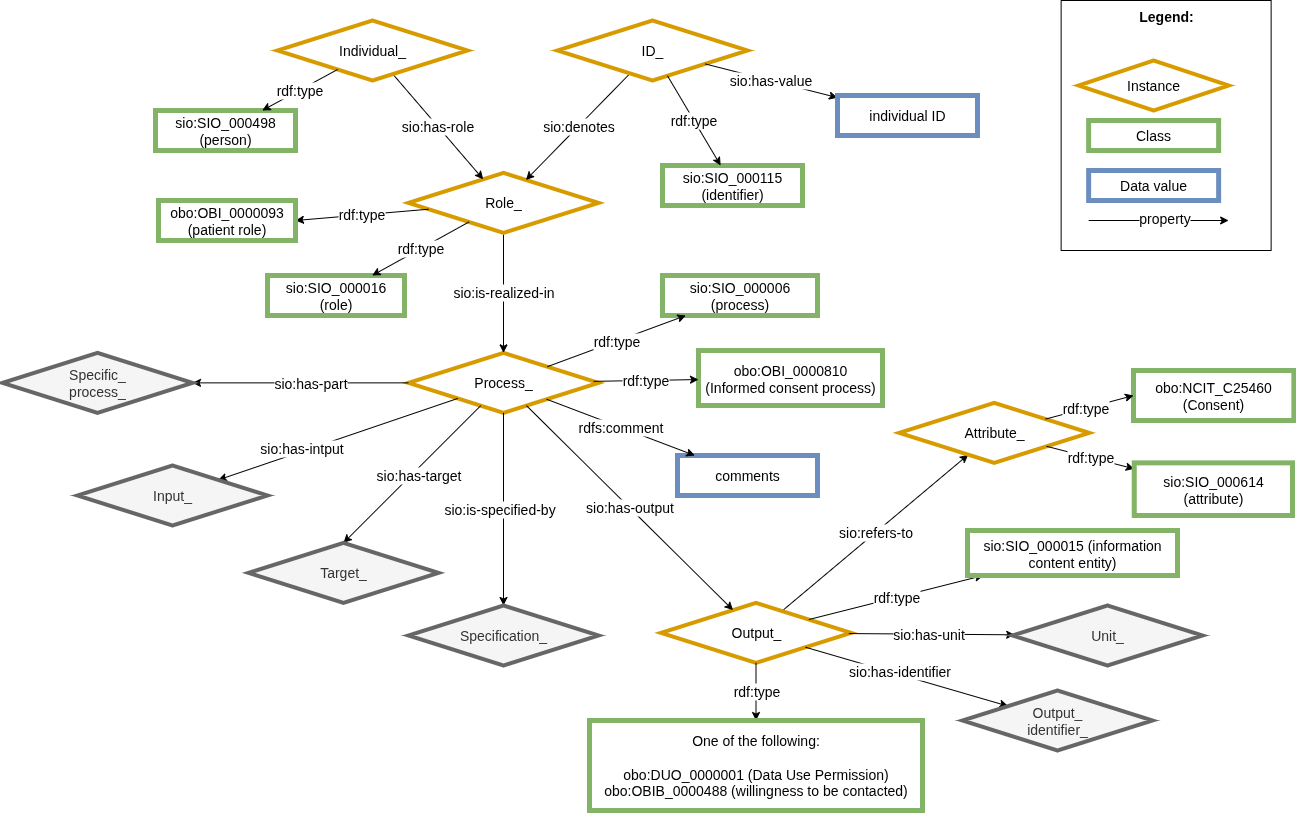
CARE-SM/CARE-Semantic-Model keeps this draw.io diagram as images/CARE-SM-Consent.drawio.png. Above is the earlier version. Source tidied: cells renumbered, new cells last; positions are measured from the earlier drawing's top-left corner, leaving out a move shared by most shapes.
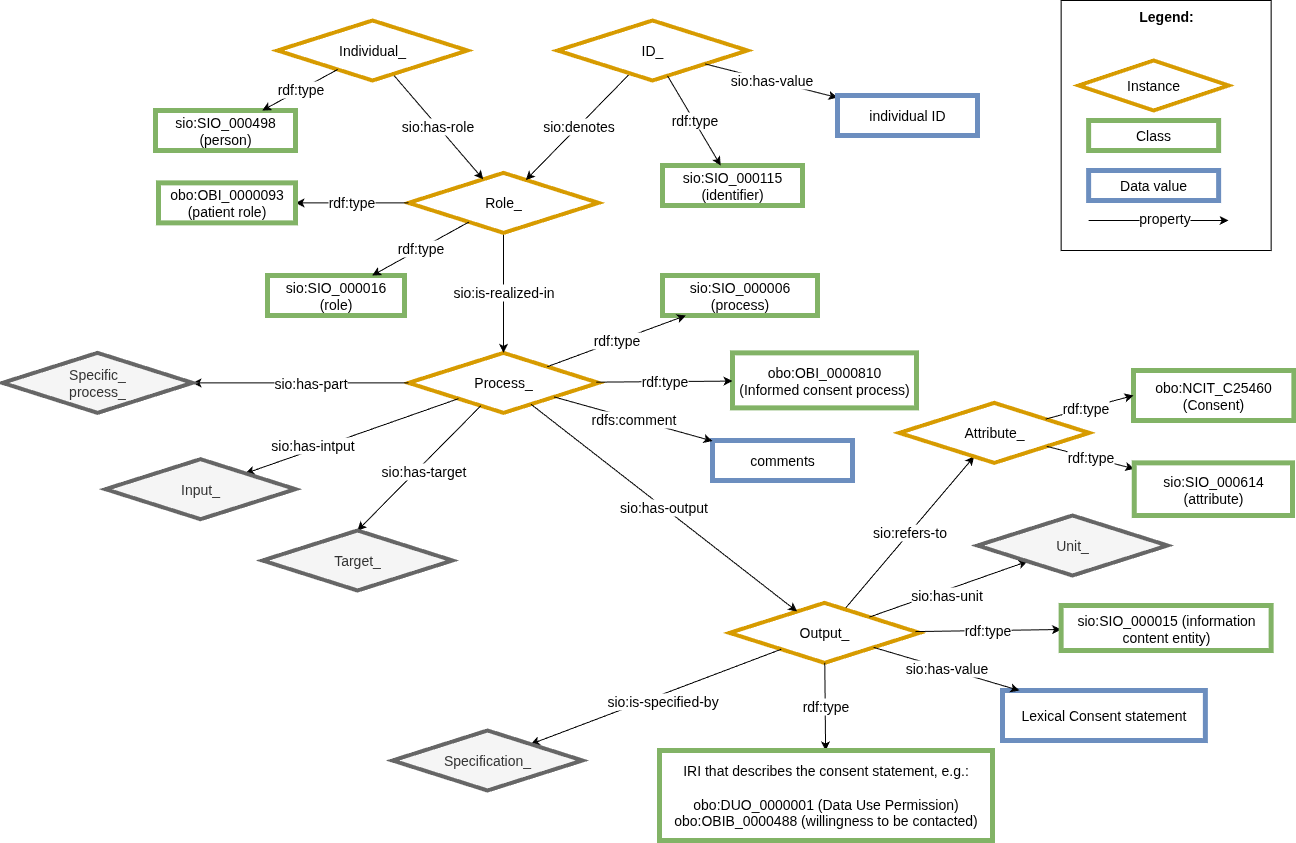
The same diagram one commit later.

Diff of the diagram source:
```diff
@@ -6,7 +6,7 @@
       <mxGeometry relative="1" as="geometry" />
     </mxCell>
     <mxCell id="3" value="Output_" style="rhombus;whiteSpace=wrap;html=1;fillColor=#FFFFFF;strokeColor=#D79B00;perimeter=rhombusPerimeter;arcSize=20;comic=0;enumerate=0;strokeWidth=4;rounded=0;fontSize=14;" parent="1" vertex="1">
-      <mxGeometry x="658.5" y="602.4" width="190" height="60" as="geometry" />
+      <mxGeometry x="727" y="602.4" width="190" height="60" as="geometry" />
     </mxCell>
     <mxCell id="4" value="Process_" style="rhombus;whiteSpace=wrap;html=1;fillColor=#FFFFFF;strokeColor=#D79B00;perimeter=rhombusPerimeter;arcSize=20;comic=0;enumerate=0;strokeWidth=4;rounded=0;fontSize=14;" parent="1" vertex="1">
       <mxGeometry x="406" y="352.4" width="190" height="60" as="geometry" />
@@ -21,7 +21,7 @@
       <mxGeometry relative="1" as="geometry" />
     </mxCell>
     <mxCell id="8" value="&lt;font style=&quot;font-size: 14px;&quot;&gt;sio:SIO_000015 (information content entity)&lt;/font&gt;" style="whiteSpace=wrap;html=1;fillColor=#FFFFFF;strokeColor=#82b366;strokeWidth=5;fontSize=14;" parent="1" vertex="1">
-      <mxGeometry x="965" y="530" width="210" height="45" as="geometry" />
+      <mxGeometry x="1058.6" y="605" width="210" height="45" as="geometry" />
     </mxCell>
     <mxCell id="9" value="Role_" style="rhombus;whiteSpace=wrap;html=1;fillColor=#FFFFFF;strokeColor=#D79B00;perimeter=rhombusPerimeter;arcSize=20;comic=0;enumerate=0;strokeWidth=4;rounded=0;fontSize=14;" parent="1" vertex="1">
       <mxGeometry x="406" y="172.4" width="190" height="60" as="geometry" />
@@ -64,19 +64,19 @@
         <mxPoint x="-61" y="18" as="offset" />
       </mxGeometry>
     </mxCell>
-    <mxCell id="22" style="edgeStyle=none;rounded=0;jettySize=auto;html=1;strokeWidth=1;fontSize=14;" parent="1" edge="1" source="4" target="24">
+    <mxCell id="22" style="edgeStyle=none;rounded=0;jettySize=auto;html=1;strokeWidth=1;fontSize=14;" parent="1" edge="1" source="3" target="24">
       <mxGeometry relative="1" as="geometry" />
     </mxCell>
     <mxCell id="23" value="sio:is-specified-by" style="edgeLabel;html=1;align=center;verticalAlign=middle;fontSize=14;" parent="22" vertex="1">
       <mxGeometry x="-0.21" y="-1" relative="1" as="geometry">
-        <mxPoint x="-4" y="19" as="offset" />
+        <mxPoint x="-19" y="15" as="offset" />
       </mxGeometry>
     </mxCell>
     <mxCell id="24" value="Specification_" style="rhombus;whiteSpace=wrap;html=1;fillColor=#f5f5f5;strokeColor=#666666;perimeter=rhombusPerimeter;arcSize=20;comic=0;enumerate=0;strokeWidth=4;rounded=0;fontSize=14;fontColor=#333333;" parent="1" vertex="1">
-      <mxGeometry x="406" y="605" width="190" height="60" as="geometry" />
+      <mxGeometry x="390" y="730" width="190" height="60" as="geometry" />
     </mxCell>
     <mxCell id="25" value="Input_" style="rhombus;whiteSpace=wrap;html=1;fillColor=#f5f5f5;strokeColor=#666666;perimeter=rhombusPerimeter;arcSize=20;comic=0;enumerate=0;strokeWidth=4;rounded=0;fontSize=14;fontColor=#333333;" parent="1" vertex="1">
-      <mxGeometry x="75" y="465" width="190" height="60" as="geometry" />
+      <mxGeometry x="103" y="458.7" width="190" height="60" as="geometry" />
     </mxCell>
     <mxCell id="26" style="edgeStyle=none;rounded=0;jettySize=auto;html=1;fontSize=14;" parent="1" edge="1" source="3" target="28">
       <mxGeometry relative="1" as="geometry" />
@@ -87,7 +87,7 @@
       </mxGeometry>
     </mxCell>
     <mxCell id="28" value="Unit_" style="rhombus;whiteSpace=wrap;html=1;fillColor=#f5f5f5;strokeColor=#666666;perimeter=rhombusPerimeter;arcSize=20;comic=0;enumerate=0;strokeWidth=4;rounded=0;fontSize=14;fontColor=#333333;" parent="1" vertex="1">
-      <mxGeometry x="1010" y="605" width="190" height="60" as="geometry" />
+      <mxGeometry x="975" y="515" width="190" height="60" as="geometry" />
     </mxCell>
     <mxCell id="29" value="&lt;div style=&quot;text-align: left; font-size: 14px;&quot;&gt;&lt;span style=&quot;background-color: initial; font-size: 14px;&quot;&gt;&lt;b style=&quot;font-size: 14px;&quot;&gt;&lt;font style=&quot;font-size: 14px;&quot;&gt;Legend:&lt;/font&gt;&lt;/b&gt;&lt;/span&gt;&lt;/div&gt;&lt;div style=&quot;text-align: left; font-size: 14px;&quot;&gt;&lt;span style=&quot;background-color: initial; font-size: 14px;&quot;&gt;&lt;br style=&quot;font-size: 14px;&quot;&gt;&lt;/span&gt;&lt;/div&gt;&lt;div style=&quot;text-align: left; font-size: 14px;&quot;&gt;&lt;span style=&quot;background-color: initial; font-size: 14px;&quot;&gt;&lt;br style=&quot;font-size: 14px;&quot;&gt;&lt;/span&gt;&lt;/div&gt;&lt;div style=&quot;text-align: left; font-size: 14px;&quot;&gt;&lt;span style=&quot;background-color: initial; font-size: 14px;&quot;&gt;&lt;br style=&quot;font-size: 14px;&quot;&gt;&lt;/span&gt;&lt;/div&gt;&lt;div style=&quot;text-align: left; font-size: 14px;&quot;&gt;&lt;br style=&quot;font-size: 14px;&quot;&gt;&lt;/div&gt;&lt;div style=&quot;text-align: left; font-size: 14px;&quot;&gt;&lt;br style=&quot;font-size: 14px;&quot;&gt;&lt;/div&gt;&lt;div style=&quot;text-align: left; font-size: 14px;&quot;&gt;&lt;br style=&quot;font-size: 14px;&quot;&gt;&lt;/div&gt;&lt;div style=&quot;text-align: left; font-size: 14px;&quot;&gt;&lt;br style=&quot;font-size: 14px;&quot;&gt;&lt;/div&gt;&lt;div style=&quot;text-align: left; font-size: 14px;&quot;&gt;&lt;br style=&quot;font-size: 14px;&quot;&gt;&lt;/div&gt;&lt;div style=&quot;text-align: left; font-size: 14px;&quot;&gt;&lt;span style=&quot;background-color: initial; font-size: 14px;&quot;&gt;&lt;br style=&quot;font-size: 14px;&quot;&gt;&lt;/span&gt;&lt;/div&gt;&lt;div style=&quot;text-align: left; font-size: 14px;&quot;&gt;&lt;span style=&quot;background-color: initial; font-size: 14px;&quot;&gt;&lt;br style=&quot;font-size: 14px;&quot;&gt;&lt;/span&gt;&lt;/div&gt;&lt;div style=&quot;text-align: left; font-size: 14px;&quot;&gt;&lt;span style=&quot;background-color: initial; font-size: 14px;&quot;&gt;&lt;br style=&quot;font-size: 14px;&quot;&gt;&lt;/span&gt;&lt;/div&gt;&lt;div style=&quot;text-align: left; font-size: 14px;&quot;&gt;&lt;span style=&quot;background-color: initial; font-size: 14px;&quot;&gt;&lt;br style=&quot;font-size: 14px;&quot;&gt;&lt;/span&gt;&lt;/div&gt;&lt;div style=&quot;text-align: left; font-size: 14px;&quot;&gt;&lt;span style=&quot;background-color: initial; font-size: 14px;&quot;&gt;&lt;br style=&quot;font-size: 14px;&quot;&gt;&lt;/span&gt;&lt;/div&gt;" style="rounded=0;whiteSpace=wrap;html=1;fontSize=14;" parent="1" vertex="1">
       <mxGeometry x="1058.6" width="210" height="250" as="geometry" />
@@ -119,7 +119,7 @@
       </mxGeometry>
     </mxCell>
     <mxCell id="37" value="Target_" style="rhombus;whiteSpace=wrap;html=1;fillColor=#f5f5f5;strokeColor=#666666;perimeter=rhombusPerimeter;arcSize=20;comic=0;enumerate=0;strokeWidth=4;rounded=0;fontSize=14;fontColor=#333333;" parent="1" vertex="1">
-      <mxGeometry x="246" y="542.4" width="190" height="60" as="geometry" />
+      <mxGeometry x="260" y="530" width="190" height="60" as="geometry" />
     </mxCell>
     <mxCell id="38" value="sio:has-output" style="edgeStyle=none;rounded=0;jettySize=auto;html=1;fontSize=14;" parent="1" edge="1" source="4" target="3">
       <mxGeometry relative="1" as="geometry" />
@@ -135,17 +135,6 @@
     <mxCell id="41" value="Specific_&lt;div&gt;process_&lt;/div&gt;" style="rhombus;whiteSpace=wrap;html=1;fillColor=#f5f5f5;strokeColor=#666666;perimeter=rhombusPerimeter;arcSize=20;comic=0;enumerate=0;strokeWidth=4;rounded=0;fontSize=14;fontColor=#333333;" parent="1" vertex="1">
       <mxGeometry y="352.4" width="190" height="60" as="geometry" />
     </mxCell>
-    <mxCell id="42" style="edgeStyle=none;rounded=0;jettySize=auto;html=1;fontSize=14;" parent="1" edge="1" source="3" target="44">
-      <mxGeometry relative="1" as="geometry" />
-    </mxCell>
-    <mxCell id="43" value="sio:has-identifier" style="edgeLabel;html=1;align=center;verticalAlign=middle;fontSize=14;" parent="42" vertex="1">
-      <mxGeometry x="-0.21" y="-1" relative="1" as="geometry">
-        <mxPoint x="13" y="-1" as="offset" />
-      </mxGeometry>
-    </mxCell>
-    <mxCell id="44" value="Output_&lt;div style=&quot;font-size: 14px;&quot;&gt;identifier_&lt;/div&gt;" style="rhombus;whiteSpace=wrap;html=1;fillColor=#f5f5f5;strokeColor=#666666;perimeter=rhombusPerimeter;arcSize=20;comic=0;enumerate=0;strokeWidth=4;rounded=0;fontSize=14;fontColor=#333333;" parent="1" vertex="1">
-      <mxGeometry x="960" y="690" width="190" height="60" as="geometry" />
-    </mxCell>
     <mxCell id="45" value="rdf:type" style="edgeStyle=none;rounded=0;jettySize=auto;html=1;fontSize=14;" parent="1" edge="1" source="9" target="17">
       <mxGeometry relative="1" as="geometry" />
     </mxCell>
@@ -155,8 +144,8 @@
     <mxCell id="47" value="rdf:type" style="edgeStyle=none;rounded=0;jettySize=auto;html=1;fontSize=14;" parent="1" edge="1" source="3" target="48">
       <mxGeometry relative="1" as="geometry" />
     </mxCell>
-    <mxCell id="48" value="&lt;div&gt;One of the following:&lt;/div&gt;&lt;div&gt;&lt;br&gt;&lt;/div&gt;&lt;div&gt;obo:DUO_0000001&amp;nbsp;&lt;span style=&quot;background-color: transparent; color: light-dark(rgb(0, 0, 0), rgb(255, 255, 255));&quot;&gt;(Data Use Permission)&lt;/span&gt;&lt;/div&gt;&lt;div&gt;obo:OBIB_0000488&amp;nbsp;&lt;span style=&quot;background-color: transparent; color: light-dark(rgb(0, 0, 0), rgb(255, 255, 255));&quot;&gt;(willingness to be contacted)&lt;/span&gt;&lt;/div&gt;" style="whiteSpace=wrap;html=1;fillColor=#FFFFFF;strokeColor=#82b366;strokeWidth=5;fontSize=14;" parent="1" vertex="1">
-      <mxGeometry x="587" y="720" width="333" height="90" as="geometry" />
+    <mxCell id="48" value="&lt;div&gt;IRI that describes the consent statement, e.g.:&lt;/div&gt;&lt;div&gt;&lt;br&gt;&lt;/div&gt;&lt;div&gt;obo:DUO_0000001&amp;nbsp;&lt;span style=&quot;background-color: transparent; color: light-dark(rgb(0, 0, 0), rgb(255, 255, 255));&quot;&gt;(Data Use Permission)&lt;/span&gt;&lt;/div&gt;&lt;div&gt;obo:OBIB_0000488&amp;nbsp;&lt;span style=&quot;background-color: transparent; color: light-dark(rgb(0, 0, 0), rgb(255, 255, 255));&quot;&gt;(willingness to be contacted)&lt;/span&gt;&lt;/div&gt;" style="whiteSpace=wrap;html=1;fillColor=#FFFFFF;strokeColor=#82b366;strokeWidth=5;fontSize=14;" parent="1" vertex="1">
+      <mxGeometry x="657" y="750" width="333" height="90" as="geometry" />
     </mxCell>
     <mxCell id="49" value="&lt;span style=&quot;background-color: initial;&quot;&gt;&lt;div style=&quot;&quot;&gt;obo:NCIT_C25460&lt;/div&gt;&lt;div style=&quot;&quot;&gt;(Consent)&lt;/div&gt;&lt;/span&gt;" style="whiteSpace=wrap;html=1;fillColor=#FFFFFF;strokeColor=#82b366;strokeWidth=5;fontSize=14;" parent="1" vertex="1">
       <mxGeometry x="1131" y="370" width="160.4" height="50" as="geometry" />
@@ -168,7 +157,7 @@
       <mxGeometry relative="1" as="geometry" />
     </mxCell>
     <mxCell id="52" value="&lt;font style=&quot;font-size: 14px;&quot;&gt;obo:OBI_0000093 (patient role)&lt;/font&gt;" style="whiteSpace=wrap;html=1;fillColor=#FFFFFF;strokeColor=#82b366;strokeWidth=5;fontSize=14;" parent="1" vertex="1">
-      <mxGeometry x="156" y="200" width="137" height="40" as="geometry" />
+      <mxGeometry x="156" y="182.4" width="137" height="40" as="geometry" />
     </mxCell>
     <mxCell id="53" value="sio:has-value" style="rounded=0;jettySize=auto;html=1;fontSize=14;" parent="1" edge="1" source="11" target="54">
       <mxGeometry relative="1" as="geometry" />
@@ -177,13 +166,13 @@
       <mxGeometry x="835" y="95" width="140" height="40" as="geometry" />
     </mxCell>
     <mxCell id="55" value="obo:OBI_0000810&lt;div&gt;(Informed consent process)&lt;/div&gt;" style="whiteSpace=wrap;html=1;fillColor=#FFFFFF;strokeColor=#82b366;strokeWidth=5;fontSize=14;" parent="1" vertex="1">
-      <mxGeometry x="696" y="350" width="184" height="55" as="geometry" />
+      <mxGeometry x="730" y="352.4" width="184" height="55" as="geometry" />
     </mxCell>
     <mxCell id="56" value="rdf:type" style="edgeStyle=none;rounded=0;jettySize=auto;html=1;fontSize=14;" parent="1" edge="1" source="4" target="55">
       <mxGeometry relative="1" as="geometry" />
     </mxCell>
     <mxCell id="57" value="comments" style="whiteSpace=wrap;html=1;fillColor=#FFFFFF;strokeColor=#6c8ebf;strokeWidth=5;fontSize=14;" parent="1" vertex="1">
-      <mxGeometry x="675" y="455" width="140" height="40" as="geometry" />
+      <mxGeometry x="710" y="440" width="140" height="40" as="geometry" />
     </mxCell>
     <mxCell id="58" value="rdfs:comment" style="rounded=0;jettySize=auto;html=1;fontSize=14;" parent="1" edge="1" source="4" target="57">
       <mxGeometry relative="1" as="geometry" />
@@ -191,5 +180,11 @@
     <mxCell id="59" value="rdf:type" style="edgeStyle=none;rounded=0;jettySize=auto;html=1;fontSize=14;" parent="1" edge="1" source="4" target="6">
       <mxGeometry relative="1" as="geometry" />
     </mxCell>
+    <mxCell id="60" value="Lexical Consent statement" style="whiteSpace=wrap;html=1;fillColor=#FFFFFF;strokeColor=#6c8ebf;strokeWidth=5;fontSize=14;" parent="1" vertex="1">
+      <mxGeometry x="1000" y="690" width="202.9" height="50" as="geometry" />
+    </mxCell>
+    <mxCell id="61" value="sio:has-value" style="rounded=0;jettySize=auto;html=1;fontSize=14;" parent="1" edge="1" source="3" target="60">
+      <mxGeometry relative="1" as="geometry" />
+    </mxCell>
   </root>
 </mxGraphModel>
```
